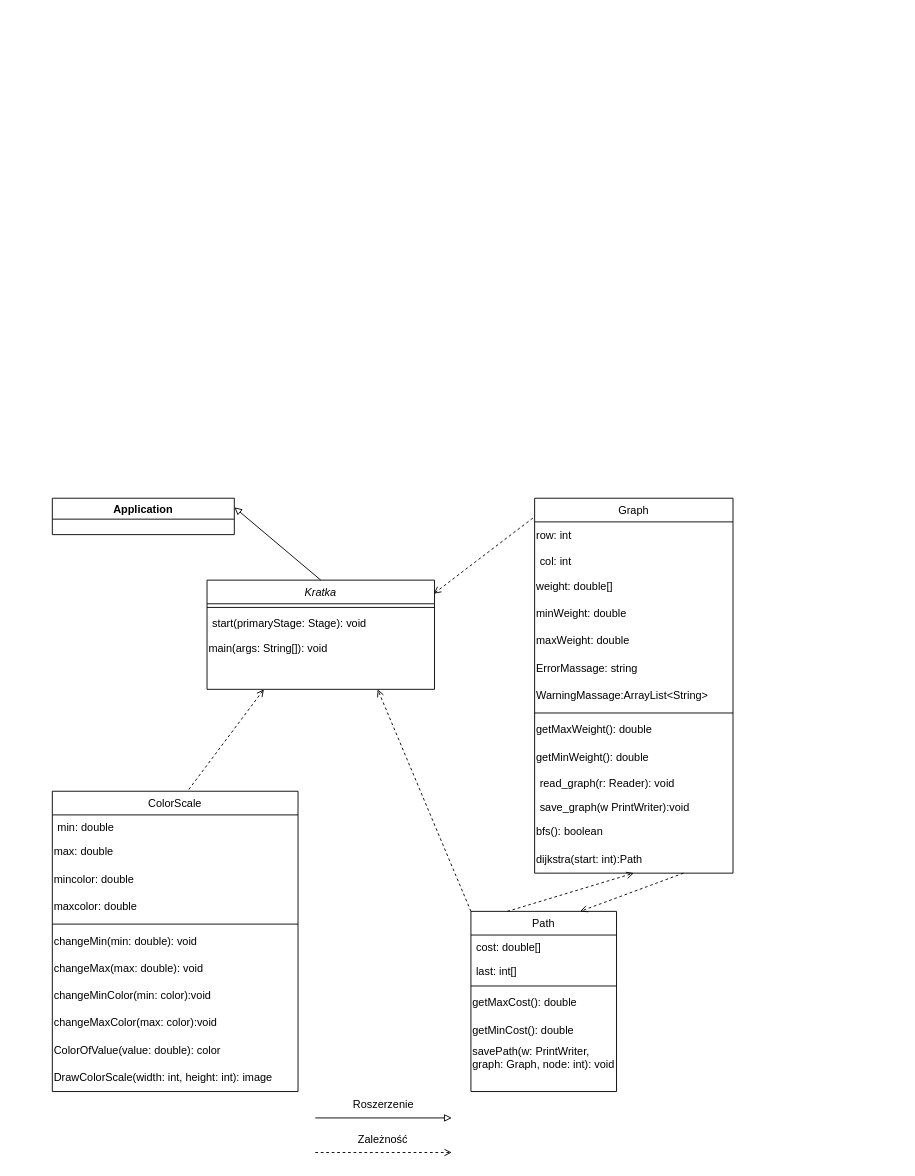
Above: Documents/graph-java.drawio in PetrashU/Graph-Java (draw.io), before the change. Source tidied: cells renumbered, new cells numbered last; positions are measured from the earlier drawing's top-left corner, leaving out a move shared by most shapes. Both pictures are drawn from the tidied source at 91%, with x=0, y=0 at pixel (52, 498).
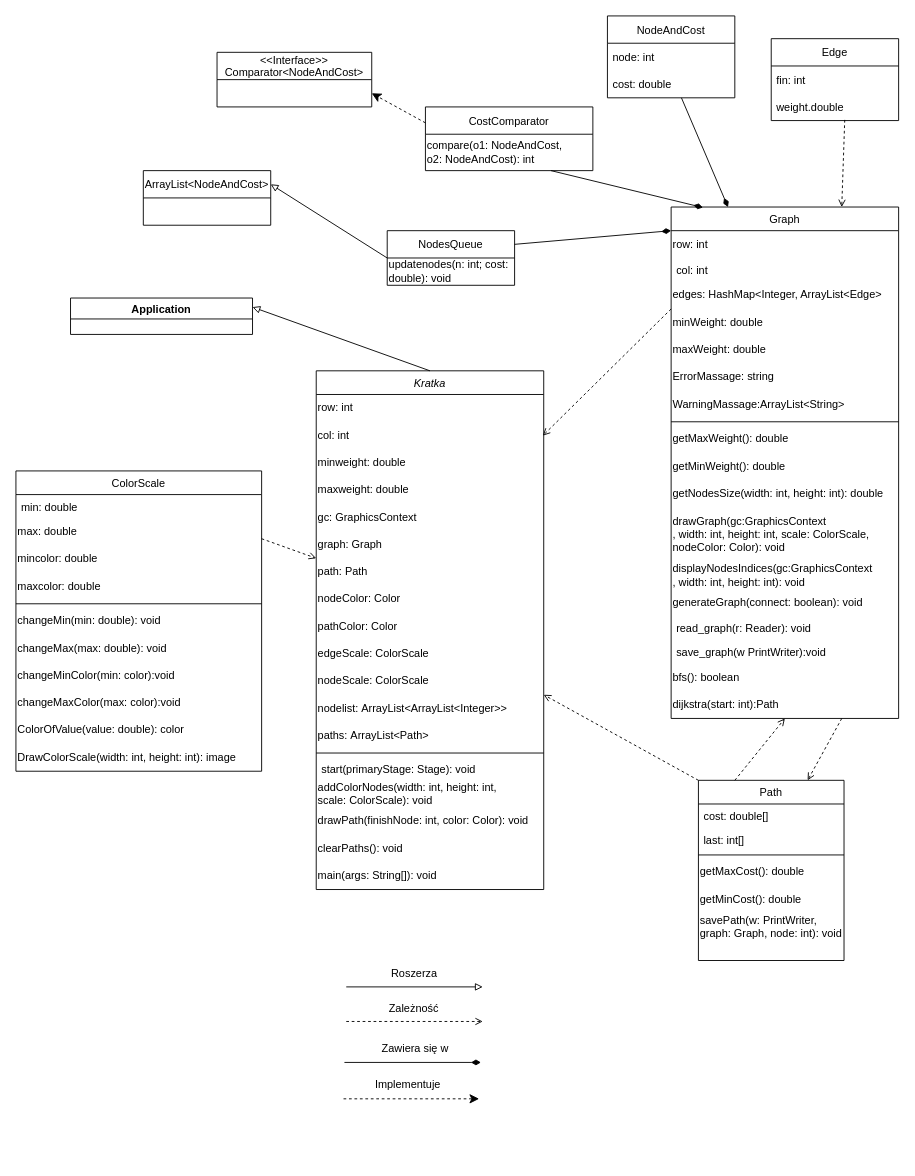
Above is the later version.

Unchanged cells that the change refers to:
```xml
<mxCell id="15" value="max: double" style="text;html=1;strokeColor=none;fillColor=none;align=left;verticalAlign=middle;whiteSpace=wrap;rounded=0;" parent="13" vertex="1">
  <mxGeometry y="52" width="270" height="30" as="geometry" />
</mxCell>
```

The edit, as a diff of the source:
```diff
@@
     <mxCell id="2" value="Kratka" style="swimlane;fontStyle=2;align=center;verticalAlign=top;horizontal=1;startSize=26;rounded=0;shadow=0;strokeWidth=1;" parent="1" vertex="1">
-      <mxGeometry x="170" y="90" width="250" height="120" as="geometry" />
+      <mxGeometry x="290" y="-140" width="250" height="570" as="geometry" />
     </mxCell>
+    <mxCell id="51" value="row: int" style="text;html=1;strokeColor=none;fillColor=none;align=left;verticalAlign=middle;whiteSpace=wrap;rounded=0;" parent="2" vertex="1">
+      <mxGeometry y="26" width="250" height="30" as="geometry" />
+    </mxCell>
+    <mxCell id="52" value="col: int" style="text;html=1;strokeColor=none;fillColor=none;align=left;verticalAlign=middle;whiteSpace=wrap;rounded=0;" parent="2" vertex="1">
+      <mxGeometry y="56" width="250" height="30" as="geometry" />
+    </mxCell>
+    <mxCell id="53" value="minweight: double" style="text;html=1;strokeColor=none;fillColor=none;align=left;verticalAlign=middle;whiteSpace=wrap;rounded=0;" parent="2" vertex="1">
+      <mxGeometry y="86" width="250" height="30" as="geometry" />
+    </mxCell>
+    <mxCell id="54" value="maxweight: double" style="text;html=1;strokeColor=none;fillColor=none;align=left;verticalAlign=middle;whiteSpace=wrap;rounded=0;" parent="2" vertex="1">
+      <mxGeometry y="116" width="250" height="30" as="geometry" />
+    </mxCell>
+    <mxCell id="55" value="gc: GraphicsContext" style="text;html=1;strokeColor=none;fillColor=none;align=left;verticalAlign=middle;whiteSpace=wrap;rounded=0;" parent="2" vertex="1">
+      <mxGeometry y="146" width="250" height="30" as="geometry" />
+    </mxCell>
+    <mxCell id="56" value="graph: Graph" style="text;html=1;strokeColor=none;fillColor=none;align=left;verticalAlign=middle;whiteSpace=wrap;rounded=0;" parent="2" vertex="1">
+      <mxGeometry y="176" width="250" height="30" as="geometry" />
+    </mxCell>
+    <mxCell id="57" value="path: Path" style="text;html=1;strokeColor=none;fillColor=none;align=left;verticalAlign=middle;whiteSpace=wrap;rounded=0;" parent="2" vertex="1">
+      <mxGeometry y="206" width="250" height="30" as="geometry" />
+    </mxCell>
+    <mxCell id="58" value="nodeColor: Color" style="text;html=1;strokeColor=none;fillColor=none;align=left;verticalAlign=middle;whiteSpace=wrap;rounded=0;" parent="2" vertex="1">
+      <mxGeometry y="236" width="250" height="30" as="geometry" />
+    </mxCell>
+    <mxCell id="59" value="pathColor: Color" style="text;html=1;strokeColor=none;fillColor=none;align=left;verticalAlign=middle;whiteSpace=wrap;rounded=0;" parent="2" vertex="1">
+      <mxGeometry y="266" width="250" height="30" as="geometry" />
+    </mxCell>
+    <mxCell id="60" value="edgeScale: ColorScale" style="text;html=1;strokeColor=none;fillColor=none;align=left;verticalAlign=middle;whiteSpace=wrap;rounded=0;" parent="2" vertex="1">
+      <mxGeometry y="296" width="250" height="30" as="geometry" />
+    </mxCell>
+    <mxCell id="61" value="nodeScale: ColorScale" style="text;html=1;strokeColor=none;fillColor=none;align=left;verticalAlign=middle;whiteSpace=wrap;rounded=0;" parent="2" vertex="1">
+      <mxGeometry y="326" width="250" height="30" as="geometry" />
+    </mxCell>
+    <mxCell id="62" value="nodelist:&amp;nbsp;ArrayList&amp;lt;ArrayList&amp;lt;Integer&amp;gt;&amp;gt;" style="text;html=1;strokeColor=none;fillColor=none;align=left;verticalAlign=middle;whiteSpace=wrap;rounded=0;" parent="2" vertex="1">
+      <mxGeometry y="356" width="250" height="30" as="geometry" />
+    </mxCell>
+    <mxCell id="63" value="paths:&amp;nbsp;ArrayList&amp;lt;Path&amp;gt;" style="text;html=1;strokeColor=none;fillColor=none;align=left;verticalAlign=middle;whiteSpace=wrap;rounded=0;" parent="2" vertex="1">
+      <mxGeometry y="386" width="250" height="30" as="geometry" />
+    </mxCell>
     <mxCell id="3" style="line;html=1;strokeWidth=1;align=left;verticalAlign=middle;spacingTop=-1;spacingLeft=3;spacingRight=3;labelPosition=right;" parent="2" vertex="1">
-      <mxGeometry y="26" width="250" height="8" as="geometry" />
+      <mxGeometry y="416" width="250" height="8" as="geometry" />
     </mxCell>
     <mxCell id="4" value="start(primaryStage: Stage): void" style="text;align=left;verticalAlign=top;spacingLeft=4;spacingRight=4;overflow=hidden;" parent="2" vertex="1">
-      <mxGeometry y="34" width="250" height="26" as="geometry" />
+      <mxGeometry y="424" width="250" height="26" as="geometry" />
     </mxCell>
+    <mxCell id="64" value="addColorNodes(width: int, height: int, &lt;br&gt;scale: ColorScale): void" style="text;html=1;strokeColor=none;fillColor=none;align=left;verticalAlign=middle;whiteSpace=wrap;rounded=0;" parent="2" vertex="1">
+      <mxGeometry y="450" width="250" height="30" as="geometry" />
+    </mxCell>
+    <mxCell id="65" value="drawPath(finishNode: int, color: Color): void" style="text;html=1;strokeColor=none;fillColor=none;align=left;verticalAlign=middle;whiteSpace=wrap;rounded=0;" parent="2" vertex="1">
+      <mxGeometry y="480" width="250" height="30" as="geometry" />
+    </mxCell>
+    <mxCell id="66" value="clearPaths(): void" style="text;html=1;strokeColor=none;fillColor=none;align=left;verticalAlign=middle;whiteSpace=wrap;rounded=0;" parent="2" vertex="1">
+      <mxGeometry y="510" width="250" height="30" as="geometry" />
+    </mxCell>
     <mxCell id="5" value="main(args: String[]): void" style="text;html=1;strokeColor=none;fillColor=none;align=left;verticalAlign=middle;whiteSpace=wrap;rounded=0;" parent="2" vertex="1">
-      <mxGeometry y="60" width="250" height="30" as="geometry" />
+      <mxGeometry y="540" width="250" height="30" as="geometry" />
     </mxCell>
     <mxCell id="6" value="Path" style="swimlane;fontStyle=0;align=center;verticalAlign=top;horizontal=1;startSize=26;rounded=0;shadow=0;strokeWidth=1;" parent="1" vertex="1">
-      <mxGeometry x="460" y="454" width="160" height="198" as="geometry" />
+      <mxGeometry x="710" y="310" width="160" height="198" as="geometry" />
     </mxCell>
@@
     <mxCell id="13" value="ColorScale" style="swimlane;fontStyle=0;align=center;verticalAlign=top;horizontal=1;startSize=26;rounded=0;shadow=0;strokeWidth=1;" parent="1" vertex="1">
-      <mxGeometry y="322" width="270" height="330" as="geometry" />
+      <mxGeometry x="-40" y="-30" width="270" height="330" as="geometry" />
     </mxCell>
@@
     <mxCell id="25" value="Graph" style="swimlane;fontStyle=0;align=center;verticalAlign=top;horizontal=1;startSize=26;rounded=0;shadow=0;strokeWidth=1;" parent="1" vertex="1">
-      <mxGeometry x="530" width="218" height="412" as="geometry" />
+      <mxGeometry x="680" y="-320" width="250" height="562" as="geometry" />
     </mxCell>
     <mxCell id="26" value="row: int" style="text;html=1;strokeColor=none;fillColor=none;align=left;verticalAlign=middle;whiteSpace=wrap;rounded=0;" parent="25" vertex="1">
-      <mxGeometry y="26" width="218" height="30" as="geometry" />
+      <mxGeometry y="26" width="250" height="30" as="geometry" />
     </mxCell>
     <mxCell id="27" value="col: int" style="text;align=left;verticalAlign=top;spacingLeft=4;spacingRight=4;overflow=hidden;rounded=0;shadow=0;html=0;" parent="25" vertex="1">
-      <mxGeometry y="56" width="218" height="26" as="geometry" />
+      <mxGeometry y="56" width="250" height="26" as="geometry" />
     </mxCell>
-    <mxCell id="28" value="weight: double[]" style="text;html=1;strokeColor=none;fillColor=none;align=left;verticalAlign=middle;whiteSpace=wrap;rounded=0;" parent="25" vertex="1">
-      <mxGeometry y="82" width="218" height="30" as="geometry" />
-    </mxCell>
+    <mxCell id="67" value="edges: HashMap&amp;lt;Integer, ArrayList&amp;lt;Edge&amp;gt;" style="text;html=1;strokeColor=none;fillColor=none;align=left;verticalAlign=middle;whiteSpace=wrap;rounded=0;" parent="25" vertex="1">
+      <mxGeometry y="82" width="250" height="30" as="geometry" />
+    </mxCell>
     <mxCell id="29" value="minWeight: double" style="text;html=1;strokeColor=none;fillColor=none;align=left;verticalAlign=middle;whiteSpace=wrap;rounded=0;" parent="25" vertex="1">
-      <mxGeometry y="112" width="218" height="30" as="geometry" />
+      <mxGeometry y="112" width="250" height="30" as="geometry" />
     </mxCell>
     <mxCell id="30" value="maxWeight: double" style="text;html=1;strokeColor=none;fillColor=none;align=left;verticalAlign=middle;whiteSpace=wrap;rounded=0;" parent="25" vertex="1">
-      <mxGeometry y="142" width="218" height="30" as="geometry" />
+      <mxGeometry y="142" width="250" height="30" as="geometry" />
     </mxCell>
     <mxCell id="31" value="ErrorMassage: string" style="text;html=1;strokeColor=none;fillColor=none;align=left;verticalAlign=middle;whiteSpace=wrap;rounded=0;" parent="25" vertex="1">
-      <mxGeometry y="172" width="218" height="30" as="geometry" />
+      <mxGeometry y="172" width="250" height="30" as="geometry" />
     </mxCell>
     <mxCell id="32" value="WarningMassage:ArrayList&amp;lt;String&amp;gt;" style="text;html=1;strokeColor=none;fillColor=none;align=left;verticalAlign=middle;whiteSpace=wrap;rounded=0;" parent="25" vertex="1">
-      <mxGeometry y="202" width="218" height="30" as="geometry" />
+      <mxGeometry y="202" width="250" height="30" as="geometry" />
     </mxCell>
     <mxCell id="33" style="line;html=1;strokeWidth=1;align=left;verticalAlign=middle;spacingTop=-1;spacingLeft=3;spacingRight=3;labelPosition=right;" parent="25" vertex="1">
-      <mxGeometry y="232" width="218" height="8" as="geometry" />
+      <mxGeometry y="232" width="250" height="8" as="geometry" />
     </mxCell>
     <mxCell id="34" value="getMaxWeight(): double" style="text;html=1;strokeColor=none;fillColor=none;align=left;verticalAlign=middle;whiteSpace=wrap;rounded=0;" parent="25" vertex="1">
-      <mxGeometry y="240" width="218" height="30" as="geometry" />
+      <mxGeometry y="240" width="250" height="30" as="geometry" />
     </mxCell>
     <mxCell id="35" value="getMinWeight(): double" style="text;html=1;strokeColor=none;fillColor=none;align=left;verticalAlign=middle;whiteSpace=wrap;rounded=0;" parent="25" vertex="1">
-      <mxGeometry y="270" width="218" height="30" as="geometry" />
+      <mxGeometry y="270" width="250" height="30" as="geometry" />
     </mxCell>
+    <mxCell id="68" value="getNodesSize(width: int, height: int): double" style="text;html=1;strokeColor=none;fillColor=none;align=left;verticalAlign=middle;whiteSpace=wrap;rounded=0;" parent="25" vertex="1">
+      <mxGeometry y="300" width="250" height="30" as="geometry" />
+    </mxCell>
+    <mxCell id="69" value="drawGraph(gc:GraphicsContext&lt;br&gt;, width: int, height: int, scale: ColorScale, nodeColor: Color): void" style="text;html=1;strokeColor=none;fillColor=none;align=left;verticalAlign=middle;whiteSpace=wrap;rounded=0;" parent="25" vertex="1">
+      <mxGeometry y="330" width="250" height="60" as="geometry" />
+    </mxCell>
+    <mxCell id="70" value="displayNodesIndices(gc:GraphicsContext&lt;br&gt;, width: int, height: int): void" style="text;html=1;strokeColor=none;fillColor=none;align=left;verticalAlign=middle;whiteSpace=wrap;rounded=0;" parent="25" vertex="1">
+      <mxGeometry y="390" width="250" height="30" as="geometry" />
+    </mxCell>
+    <mxCell id="71" value="generateGraph(connect: boolean): void" style="text;html=1;strokeColor=none;fillColor=none;align=left;verticalAlign=middle;whiteSpace=wrap;rounded=0;" parent="25" vertex="1">
+      <mxGeometry y="420" width="250" height="30" as="geometry" />
+    </mxCell>
     <mxCell id="36" value="read_graph(r: Reader): void" style="text;align=left;verticalAlign=top;spacingLeft=4;spacingRight=4;overflow=hidden;" parent="25" vertex="1">
-      <mxGeometry y="300" width="218" height="26" as="geometry" />
+      <mxGeometry y="450" width="250" height="26" as="geometry" />
     </mxCell>
     <mxCell id="37" value="save_graph(w PrintWriter):void" style="text;align=left;verticalAlign=top;spacingLeft=4;spacingRight=4;overflow=hidden;" parent="25" vertex="1">
-      <mxGeometry y="326" width="218" height="26" as="geometry" />
+      <mxGeometry y="476" width="250" height="26" as="geometry" />
     </mxCell>
     <mxCell id="38" value="bfs(): boolean" style="text;html=1;strokeColor=none;fillColor=none;align=left;verticalAlign=middle;whiteSpace=wrap;rounded=0;" parent="25" vertex="1">
-      <mxGeometry y="352" width="218" height="30" as="geometry" />
+      <mxGeometry y="502" width="250" height="30" as="geometry" />
     </mxCell>
     <mxCell id="39" value="dijkstra(start: int):Path" style="text;html=1;strokeColor=none;fillColor=none;align=left;verticalAlign=middle;whiteSpace=wrap;rounded=0;" parent="25" vertex="1">
-      <mxGeometry y="382" width="218" height="30" as="geometry" />
+      <mxGeometry y="532" width="250" height="30" as="geometry" />
     </mxCell>
     <mxCell id="40" value="Application" style="swimlane;" parent="1" vertex="1">
-      <mxGeometry width="200" height="40" as="geometry" />
+      <mxGeometry x="20" y="-220" width="200" height="40" as="geometry" />
     </mxCell>
@@
-    <mxCell id="42" style="endArrow=open;dashed=1;html=1;rounded=0;entryX=0.996;entryY=0.125;entryDx=0;entryDy=0;entryPerimeter=0;exitX=-0.009;exitY=0.053;exitDx=0;exitDy=0;exitPerimeter=0;startArrow=none;startFill=0;endFill=0;" parent="1" edge="1" source="25" target="2">
+    <mxCell id="42" style="endArrow=open;dashed=1;html=1;rounded=0;entryX=0.996;entryY=0.125;entryDx=0;entryDy=0;entryPerimeter=0;exitX=0;exitY=1;exitDx=0;exitDy=0;startArrow=none;startFill=0;endFill=0;" parent="1" edge="1" source="67" target="2">
       <mxGeometry relative="1" as="geometry" />
     </mxCell>
-    <mxCell id="43" style="endArrow=open;dashed=1;html=1;rounded=0;endFill=0;entryX=0.25;entryY=1;entryDx=0;entryDy=0;" parent="1" edge="1" target="2">
-      <mxGeometry relative="1" as="geometry">
-        <mxPoint x="150" y="320" as="sourcePoint" />
-      </mxGeometry>
+    <mxCell id="43" style="endArrow=open;dashed=1;html=1;rounded=0;endFill=0;entryX=0;entryY=1;entryDx=0;entryDy=0;exitX=1;exitY=0.75;exitDx=0;exitDy=0;" parent="1" edge="1" source="15" target="56">
+      <mxGeometry relative="1" as="geometry" />
     </mxCell>
@@
-    <mxCell id="45" style="endArrow=open;dashed=1;html=1;rounded=0;entryX=0.75;entryY=1;entryDx=0;entryDy=0;exitX=0;exitY=0;exitDx=0;exitDy=0;startArrow=none;startFill=0;endFill=0;" parent="1" edge="1" source="6" target="2">
+    <mxCell id="45" style="endArrow=open;dashed=1;html=1;rounded=0;entryX=1;entryY=0;entryDx=0;entryDy=0;exitX=0;exitY=0;exitDx=0;exitDy=0;startArrow=none;startFill=0;endFill=0;" parent="1" edge="1" source="6" target="62">
       <mxGeometry relative="1" as="geometry" />
     </mxCell>
@@
     <mxCell id="47" style="endArrow=block;html=1;rounded=0;endFill=0;" parent="1" edge="1">
       <mxGeometry relative="1" as="geometry">
-        <mxPoint x="289" y="681" as="sourcePoint" />
-        <mxPoint x="439" y="681" as="targetPoint" />
+        <mxPoint x="323" y="537" as="sourcePoint" />
+        <mxPoint x="473" y="537" as="targetPoint" />
       </mxGeometry>
     </mxCell>
-    <mxCell id="48" value="Roszerzenie" style="text;html=1;strokeColor=none;fillColor=none;align=center;verticalAlign=middle;whiteSpace=wrap;rounded=0;" parent="1" vertex="1">
-      <mxGeometry x="334" y="652" width="60" height="30" as="geometry" />
+    <mxCell id="48" value="Roszerza" style="text;html=1;strokeColor=none;fillColor=none;align=center;verticalAlign=middle;whiteSpace=wrap;rounded=0;" parent="1" vertex="1">
+      <mxGeometry x="368" y="508" width="60" height="30" as="geometry" />
     </mxCell>
     <mxCell id="49" value="Zależność" style="text;html=1;strokeColor=none;fillColor=none;align=center;verticalAlign=middle;whiteSpace=wrap;rounded=0;" parent="1" vertex="1">
-      <mxGeometry x="256" y="690" width="215" height="30" as="geometry" />
+      <mxGeometry x="290" y="546" width="215" height="30" as="geometry" />
     </mxCell>
     <mxCell id="50" style="endArrow=open;dashed=1;html=1;rounded=0;endFill=0;" parent="1" edge="1">
       <mxGeometry relative="1" as="geometry">
-        <mxPoint x="289" y="719" as="sourcePoint" />
-        <mxPoint x="439" y="719" as="targetPoint" />
+        <mxPoint x="323" y="575" as="sourcePoint" />
+        <mxPoint x="473" y="575" as="targetPoint" />
       </mxGeometry>
     </mxCell>
+    <mxCell id="72" value="Edge" style="swimlane;fontStyle=0;horizontal=1;startSize=30;" parent="1" vertex="1">
+      <mxGeometry x="790" y="-505" width="140" height="90" as="geometry" />
+    </mxCell>
+    <mxCell id="73" value="fin: int" style="text;strokeColor=none;fillColor=none;align=left;verticalAlign=middle;spacingLeft=4;spacingRight=4;overflow=hidden;" parent="72" vertex="1">
+      <mxGeometry y="30" width="140" height="30" as="geometry" />
+    </mxCell>
+    <mxCell id="74" value="weight.double" style="text;strokeColor=none;fillColor=none;align=left;verticalAlign=middle;spacingLeft=4;spacingRight=4;overflow=hidden;points=[[0,0.5],[1,0.5]];portConstraint=eastwest;" parent="72" vertex="1">
+      <mxGeometry y="60" width="140" height="30" as="geometry" />
+    </mxCell>
+    <mxCell id="75" value="NodeAndCost" style="swimlane;fontStyle=0;horizontal=1;startSize=30;" parent="1" vertex="1">
+      <mxGeometry x="610" y="-530" width="140" height="90" as="geometry" />
+    </mxCell>
+    <mxCell id="76" value="node: int" style="text;strokeColor=none;fillColor=none;align=left;verticalAlign=middle;spacingLeft=4;spacingRight=4;overflow=hidden;" parent="75" vertex="1">
+      <mxGeometry y="30" width="140" height="30" as="geometry" />
+    </mxCell>
+    <mxCell id="77" value="cost: double" style="text;strokeColor=none;fillColor=none;align=left;verticalAlign=middle;spacingLeft=4;spacingRight=4;overflow=hidden;points=[[0,0.5],[1,0.5]];portConstraint=eastwest;" parent="75" vertex="1">
+      <mxGeometry y="60" width="140" height="30" as="geometry" />
+    </mxCell>
+    <mxCell id="78" value="CostComparator" style="swimlane;fontStyle=0;horizontal=1;startSize=30;" parent="1" vertex="1">
+      <mxGeometry x="410" y="-430" width="184" height="70" as="geometry" />
+    </mxCell>
+    <mxCell id="79" value="&lt;span style=&quot;&quot;&gt;compare(o1: NodeAndCost, &lt;br&gt;o2: NodeAndCost): int&lt;/span&gt;" style="text;html=1;strokeColor=none;fillColor=none;align=left;verticalAlign=middle;whiteSpace=wrap;rounded=0;" parent="78" vertex="1">
+      <mxGeometry y="30" width="184" height="40" as="geometry" />
+    </mxCell>
+    <mxCell id="80" value="&lt;&lt;Interface&gt;&gt;&#10;Comparator&lt;NodeAndCost&gt;" style="swimlane;fontStyle=0;horizontal=1;startSize=30;" parent="1" vertex="1">
+      <mxGeometry x="181" y="-490" width="170" height="60" as="geometry" />
+    </mxCell>
+    <mxCell id="81" value="NodesQueue" style="swimlane;fontStyle=0;horizontal=1;startSize=30;" parent="1" vertex="1">
+      <mxGeometry x="368" y="-294" width="140" height="60" as="geometry" />
+    </mxCell>
+    <mxCell id="82" value="updatenodes(n: int; cost: double): void" style="text;html=1;strokeColor=none;fillColor=none;align=left;verticalAlign=middle;whiteSpace=wrap;rounded=0;" parent="81" vertex="1">
+      <mxGeometry y="30" width="140" height="30" as="geometry" />
+    </mxCell>
+    <mxCell id="83" value="ArrayList&lt;NodeAndCost&gt;" style="swimlane;fontStyle=0;horizontal=1;startSize=30;" parent="1" vertex="1">
+      <mxGeometry x="100" y="-360" width="140" height="60" as="geometry" />
+    </mxCell>
+    <mxCell id="84" style="endArrow=diamondThin;html=1;rounded=0;endFill=1;strokeWidth=1;endSize=8;" parent="1" edge="1">
+      <mxGeometry relative="1" as="geometry">
+        <mxPoint x="321" y="620" as="sourcePoint" />
+        <mxPoint x="471" y="620" as="targetPoint" />
+      </mxGeometry>
+    </mxCell>
+    <mxCell id="85" value="Zawiera się w" style="text;html=1;strokeColor=none;fillColor=none;align=center;verticalAlign=middle;whiteSpace=wrap;rounded=0;" parent="1" vertex="1">
+      <mxGeometry x="351" y="590" width="96" height="30" as="geometry" />
+    </mxCell>
+    <mxCell id="86" style="endArrow=diamondThin;html=1;rounded=0;endFill=1;strokeWidth=1;endSize=8;entryX=0.25;entryY=0;entryDx=0;entryDy=0;exitX=0.581;exitY=1;exitDx=0;exitDy=0;exitPerimeter=0;" parent="1" edge="1" source="77" target="25">
+      <mxGeometry relative="1" as="geometry" />
+    </mxCell>
+    <mxCell id="87" style="endArrow=block;html=1;rounded=0;endFill=0;exitX=0;exitY=0;exitDx=0;exitDy=0;entryX=1;entryY=0.25;entryDx=0;entryDy=0;" parent="1" edge="1" source="82" target="83">
+      <mxGeometry relative="1" as="geometry" />
+    </mxCell>
+    <mxCell id="88" style="endArrow=classic;dashed=1;html=1;rounded=0;endSize=8;strokeWidth=1;endFill=1;" parent="1" edge="1">
+      <mxGeometry relative="1" as="geometry">
+        <mxPoint x="320" y="660" as="sourcePoint" />
+        <mxPoint x="469" y="660" as="targetPoint" />
+      </mxGeometry>
+    </mxCell>
+    <mxCell id="89" value="Implementuje" style="text;html=1;strokeColor=none;fillColor=none;align=center;verticalAlign=middle;whiteSpace=wrap;rounded=0;" parent="1" vertex="1">
+      <mxGeometry x="343" y="630" width="96" height="30" as="geometry" />
+    </mxCell>
+    <mxCell id="90" style="endArrow=classic;dashed=1;html=1;rounded=0;endSize=8;strokeWidth=1;endFill=1;entryX=1;entryY=0.75;entryDx=0;entryDy=0;exitX=0;exitY=0.25;exitDx=0;exitDy=0;" parent="1" edge="1" source="78" target="80">
+      <mxGeometry relative="1" as="geometry" />
+    </mxCell>
+    <mxCell id="91" style="endArrow=diamondThin;html=1;rounded=0;endFill=1;strokeWidth=1;endSize=8;entryX=0.14;entryY=0.001;entryDx=0;entryDy=0;exitX=0.75;exitY=1;exitDx=0;exitDy=0;entryPerimeter=0;" parent="1" edge="1" source="79" target="25">
+      <mxGeometry relative="1" as="geometry" />
+    </mxCell>
+    <mxCell id="92" style="endArrow=diamondThin;html=1;rounded=0;endFill=1;strokeWidth=1;endSize=8;entryX=0;entryY=0;entryDx=0;entryDy=0;exitX=1;exitY=0.25;exitDx=0;exitDy=0;" parent="1" edge="1" source="81" target="26">
+      <mxGeometry relative="1" as="geometry" />
+    </mxCell>
+    <mxCell id="93" style="endArrow=open;dashed=1;html=1;rounded=0;entryX=0.75;entryY=0;entryDx=0;entryDy=0;startArrow=none;startFill=0;endFill=0;exitX=0.577;exitY=0.975;exitDx=0;exitDy=0;exitPerimeter=0;" parent="1" edge="1" source="74" target="25">
+      <mxGeometry relative="1" as="geometry" />
+    </mxCell>
```
